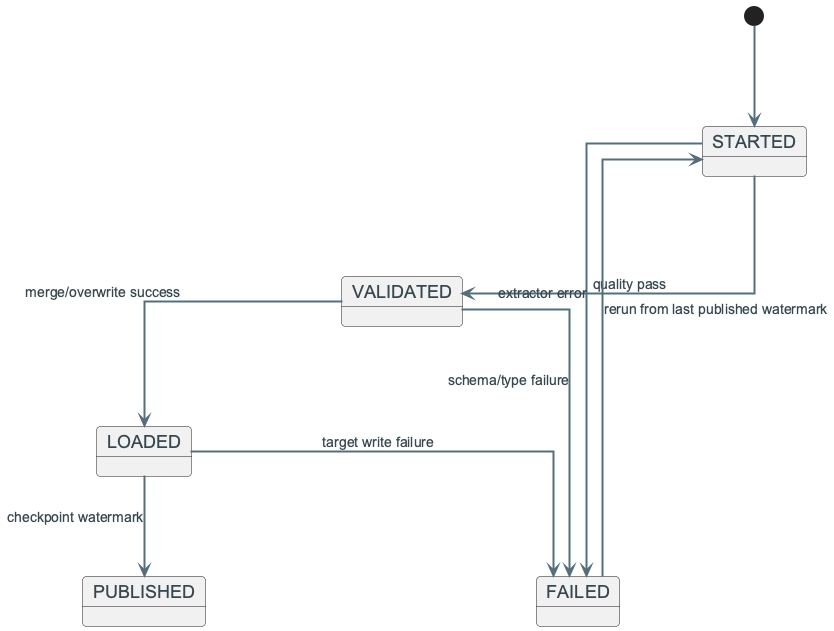
The PlantUML diagram diagrams/week04/week4_control_table_state_machine.png in OrPerets/data-engineering-course, before a commit.
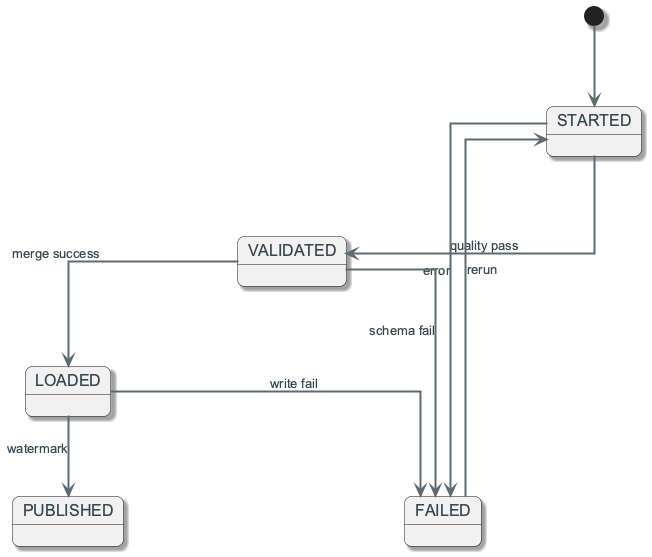
The same file after the commit.

Diff of the diagram source:
```diff
@@ -1,13 +1,14 @@
 @startuml
 !include ../_template_styles.puml
+!include _week4_visual_style.puml
 
 [*] --> STARTED
 STARTED --> VALIDATED : quality pass
-VALIDATED --> LOADED : merge/overwrite success
-LOADED --> PUBLISHED : checkpoint watermark
-STARTED --> FAILED : extractor error
-VALIDATED --> FAILED : schema/type failure
-LOADED --> FAILED : target write failure
-FAILED --> STARTED : rerun from last published watermark
+VALIDATED --> LOADED : merge success
+LOADED --> PUBLISHED : watermark
+STARTED --> FAILED : error
+VALIDATED --> FAILED : schema fail
+LOADED --> FAILED : write fail
+FAILED --> STARTED : rerun
 
 @enduml
```
